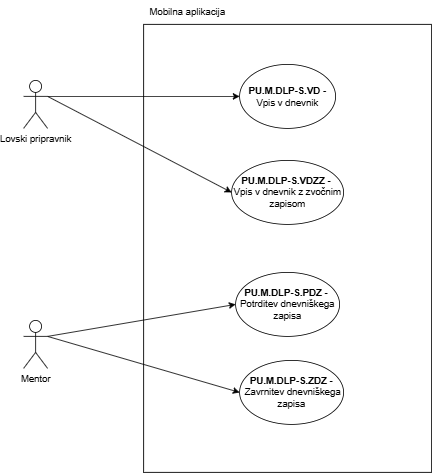
Before: Delo z lovskimi pripravniki-Mobilna aplikacija.drawio.png, a diagram exported from draw.io (ErnestISv/Lovstvo). Source tidied: cells renumbered, new cells last; positions are measured from the earlier drawing's top-left corner, leaving out a move shared by most shapes. The source it was exported from:
```xml
<mxGraphModel>
  <root>
    <mxCell id="0" />
    <mxCell id="1" parent="0" />
    <mxCell id="2" style="rounded=0;whiteSpace=wrap;html=1;" parent="1" vertex="1">
      <mxGeometry x="150" y="30" width="360" height="560" as="geometry" />
    </mxCell>
    <mxCell id="3" value="Mobilna aplikacija" style="text;html=1;align=center;verticalAlign=middle;whiteSpace=wrap;rounded=0;" parent="1" vertex="1">
      <mxGeometry x="150" width="110" height="30" as="geometry" />
    </mxCell>
    <mxCell id="4" value="&lt;b&gt;PU.M.DLP-S.VD -&lt;/b&gt; Vpis v dnevnik" style="ellipse;whiteSpace=wrap;html=1;" parent="1" vertex="1">
      <mxGeometry x="270" y="80" width="120" height="80" as="geometry" />
    </mxCell>
    <mxCell id="5" value="&lt;b&gt;PU.M.DLP-S.PDZ -&amp;nbsp;&lt;/b&gt;&lt;div&gt;Potrditev dnevniškega zapisa&lt;/div&gt;" style="ellipse;whiteSpace=wrap;html=1;" parent="1" vertex="1">
      <mxGeometry x="265" y="340" width="130" height="80" as="geometry" />
    </mxCell>
    <mxCell id="6" value="&lt;b&gt;PU.M.DLP-S.ZDZ -&lt;/b&gt;&amp;nbsp;Zavrnitev dnevniškega zapisa" style="ellipse;whiteSpace=wrap;html=1;" parent="1" vertex="1">
      <mxGeometry x="270" y="450" width="130" height="80" as="geometry" />
    </mxCell>
    <mxCell id="7" value="Lovski pripravnik" style="shape=umlActor;verticalLabelPosition=bottom;verticalAlign=top;html=1;outlineConnect=0;" parent="1" vertex="1">
      <mxGeometry y="100" width="30" height="60" as="geometry" />
    </mxCell>
    <mxCell id="8" value="Mentor" style="shape=umlActor;verticalLabelPosition=bottom;verticalAlign=top;html=1;outlineConnect=0;" parent="1" vertex="1">
      <mxGeometry y="400" width="30" height="60" as="geometry" />
    </mxCell>
    <mxCell id="9" style="endArrow=classic;html=1;rounded=0;exitX=1;exitY=0.3333333333333333;exitDx=0;exitDy=0;exitPerimeter=0;entryX=0;entryY=0.5;entryDx=0;entryDy=0;" parent="1" edge="1" source="7" target="4">
      <mxGeometry relative="1" as="geometry" />
    </mxCell>
    <mxCell id="10" style="endArrow=classic;html=1;rounded=0;exitX=1;exitY=0.3333333333333333;exitDx=0;exitDy=0;exitPerimeter=0;entryX=0;entryY=0.5;entryDx=0;entryDy=0;" parent="1" edge="1" source="8" target="5">
      <mxGeometry relative="1" as="geometry" />
    </mxCell>
    <mxCell id="11" style="endArrow=classic;html=1;rounded=0;exitX=1;exitY=0.3333333333333333;exitDx=0;exitDy=0;exitPerimeter=0;entryX=0;entryY=0.5;entryDx=0;entryDy=0;" parent="1" edge="1" source="8" target="6">
      <mxGeometry relative="1" as="geometry" />
    </mxCell>
    <mxCell id="12" value="&lt;b&gt;PU.M.DLP-S.VDZZ&lt;/b&gt; &lt;b&gt;-&amp;nbsp;&lt;/b&gt;&lt;div&gt;Vpis v dnevnik z zvočnim zapisom&lt;/div&gt;" style="ellipse;whiteSpace=wrap;html=1;" parent="1" vertex="1">
      <mxGeometry x="260" y="200" width="140" height="80" as="geometry" />
    </mxCell>
    <mxCell id="13" style="endArrow=classic;html=1;rounded=0;exitX=1;exitY=0.3333333333333333;exitDx=0;exitDy=0;exitPerimeter=0;entryX=0;entryY=0.5;entryDx=0;entryDy=0;" parent="1" edge="1" source="7" target="12">
      <mxGeometry relative="1" as="geometry" />
    </mxCell>
  </root>
</mxGraphModel>
```
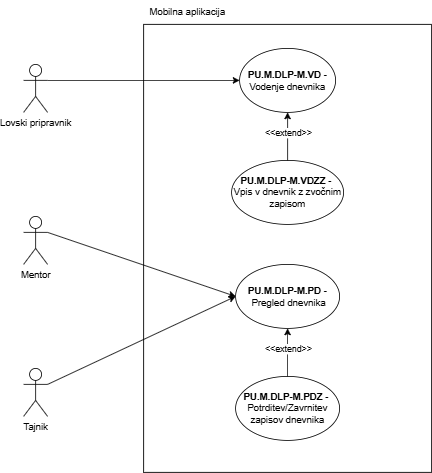
Above is the later version.

Diff of the diagram source:
```diff
@@ -8,35 +8,47 @@
     <mxCell id="3" value="Mobilna aplikacija" style="text;html=1;align=center;verticalAlign=middle;whiteSpace=wrap;rounded=0;" parent="1" vertex="1">
       <mxGeometry x="150" width="110" height="30" as="geometry" />
     </mxCell>
-    <mxCell id="4" value="&lt;b&gt;PU.M.DLP-S.VD -&lt;/b&gt; Vpis v dnevnik" style="ellipse;whiteSpace=wrap;html=1;" parent="1" vertex="1">
-      <mxGeometry x="270" y="80" width="120" height="80" as="geometry" />
+    <mxCell id="4" value="&lt;b&gt;PU.M.DLP-M.VD -&lt;/b&gt; Vodenje dnevnika" style="ellipse;whiteSpace=wrap;html=1;" parent="1" vertex="1">
+      <mxGeometry x="270" y="60" width="120" height="80" as="geometry" />
     </mxCell>
-    <mxCell id="5" value="&lt;b&gt;PU.M.DLP-S.PDZ -&amp;nbsp;&lt;/b&gt;&lt;div&gt;Potrditev dnevniškega zapisa&lt;/div&gt;" style="ellipse;whiteSpace=wrap;html=1;" parent="1" vertex="1">
-      <mxGeometry x="265" y="340" width="130" height="80" as="geometry" />
+    <mxCell id="5" value="&lt;b&gt;PU.M.DLP-M.PDZ -&amp;nbsp;&lt;/b&gt;&lt;div&gt;Potrditev/Zavrnitev zapisov dnevnika&lt;/div&gt;" style="ellipse;whiteSpace=wrap;html=1;" parent="1" vertex="1">
+      <mxGeometry x="265" y="470" width="130" height="80" as="geometry" />
     </mxCell>
-    <mxCell id="6" value="&lt;b&gt;PU.M.DLP-S.ZDZ -&lt;/b&gt;&amp;nbsp;Zavrnitev dnevniškega zapisa" style="ellipse;whiteSpace=wrap;html=1;" parent="1" vertex="1">
-      <mxGeometry x="270" y="450" width="130" height="80" as="geometry" />
+    <mxCell id="6" value="&lt;b&gt;PU.M.DLP-M.PD -&lt;/b&gt;&amp;nbsp;Pregled dnevnika" style="ellipse;whiteSpace=wrap;html=1;" parent="1" vertex="1">
+      <mxGeometry x="265" y="330" width="130" height="80" as="geometry" />
     </mxCell>
     <mxCell id="7" value="Lovski pripravnik" style="shape=umlActor;verticalLabelPosition=bottom;verticalAlign=top;html=1;outlineConnect=0;" parent="1" vertex="1">
-      <mxGeometry y="100" width="30" height="60" as="geometry" />
+      <mxGeometry y="80" width="30" height="60" as="geometry" />
     </mxCell>
     <mxCell id="8" value="Mentor" style="shape=umlActor;verticalLabelPosition=bottom;verticalAlign=top;html=1;outlineConnect=0;" parent="1" vertex="1">
-      <mxGeometry y="400" width="30" height="60" as="geometry" />
+      <mxGeometry y="270" width="30" height="60" as="geometry" />
     </mxCell>
     <mxCell id="9" style="endArrow=classic;html=1;rounded=0;exitX=1;exitY=0.3333333333333333;exitDx=0;exitDy=0;exitPerimeter=0;entryX=0;entryY=0.5;entryDx=0;entryDy=0;" parent="1" edge="1" source="7" target="4">
       <mxGeometry relative="1" as="geometry" />
     </mxCell>
-    <mxCell id="10" style="endArrow=classic;html=1;rounded=0;exitX=1;exitY=0.3333333333333333;exitDx=0;exitDy=0;exitPerimeter=0;entryX=0;entryY=0.5;entryDx=0;entryDy=0;" parent="1" edge="1" source="8" target="5">
-      <mxGeometry relative="1" as="geometry" />
-    </mxCell>
     <mxCell id="11" style="endArrow=classic;html=1;rounded=0;exitX=1;exitY=0.3333333333333333;exitDx=0;exitDy=0;exitPerimeter=0;entryX=0;entryY=0.5;entryDx=0;entryDy=0;" parent="1" edge="1" source="8" target="6">
       <mxGeometry relative="1" as="geometry" />
     </mxCell>
-    <mxCell id="12" value="&lt;b&gt;PU.M.DLP-S.VDZZ&lt;/b&gt; &lt;b&gt;-&amp;nbsp;&lt;/b&gt;&lt;div&gt;Vpis v dnevnik z zvočnim zapisom&lt;/div&gt;" style="ellipse;whiteSpace=wrap;html=1;" parent="1" vertex="1">
+    <mxCell id="12" value="&lt;b&gt;PU.M.DLP-M.VDZZ&lt;/b&gt; &lt;b&gt;-&amp;nbsp;&lt;/b&gt;&lt;div&gt;Vpis v dnevnik z zvočnim zapisom&lt;/div&gt;" style="ellipse;whiteSpace=wrap;html=1;" parent="1" vertex="1">
       <mxGeometry x="260" y="200" width="140" height="80" as="geometry" />
     </mxCell>
-    <mxCell id="13" style="endArrow=classic;html=1;rounded=0;exitX=1;exitY=0.3333333333333333;exitDx=0;exitDy=0;exitPerimeter=0;entryX=0;entryY=0.5;entryDx=0;entryDy=0;" parent="1" edge="1" source="7" target="12">
-      <mxGeometry relative="1" as="geometry" />
-    </mxCell>
+    <mxCell id="14" style="endArrow=classic;html=1;rounded=0;exitX=0.5;exitY=0;exitDx=0;exitDy=0;entryX=0.5;entryY=1;entryDx=0;entryDy=0;" parent="1" edge="1" source="5" target="6">
+      <mxGeometry relative="1" as="geometry" />
+    </mxCell>
+    <mxCell id="15" value="&amp;lt;&amp;lt;extend&amp;gt;&amp;gt;" style="edgeLabel;html=1;align=center;verticalAlign=middle;" parent="14" vertex="1">
+      <mxGeometry x="0.17" relative="1" as="geometry" />
+    </mxCell>
+    <mxCell id="16" style="endArrow=classic;html=1;rounded=0;exitX=0.5;exitY=0;exitDx=0;exitDy=0;entryX=0.5;entryY=1;entryDx=0;entryDy=0;" parent="1" edge="1" source="12" target="4">
+      <mxGeometry relative="1" as="geometry" />
+    </mxCell>
+    <mxCell id="17" value="&amp;lt;&amp;lt;extend&amp;gt;&amp;gt;" style="edgeLabel;html=1;align=center;verticalAlign=middle;" parent="16" vertex="1">
+      <mxGeometry x="0.17" relative="1" as="geometry" />
+    </mxCell>
+    <mxCell id="18" value="Tajnik" style="shape=umlActor;verticalLabelPosition=bottom;verticalAlign=top;html=1;outlineConnect=0;" parent="1" vertex="1">
+      <mxGeometry y="460" width="30" height="60" as="geometry" />
+    </mxCell>
+    <mxCell id="19" style="endArrow=classic;html=1;rounded=0;exitX=1;exitY=0.3333333333333333;exitDx=0;exitDy=0;exitPerimeter=0;entryX=0;entryY=0.5;entryDx=0;entryDy=0;" parent="1" edge="1" source="18" target="6">
+      <mxGeometry relative="1" as="geometry" />
+    </mxCell>
   </root>
 </mxGraphModel>
```
